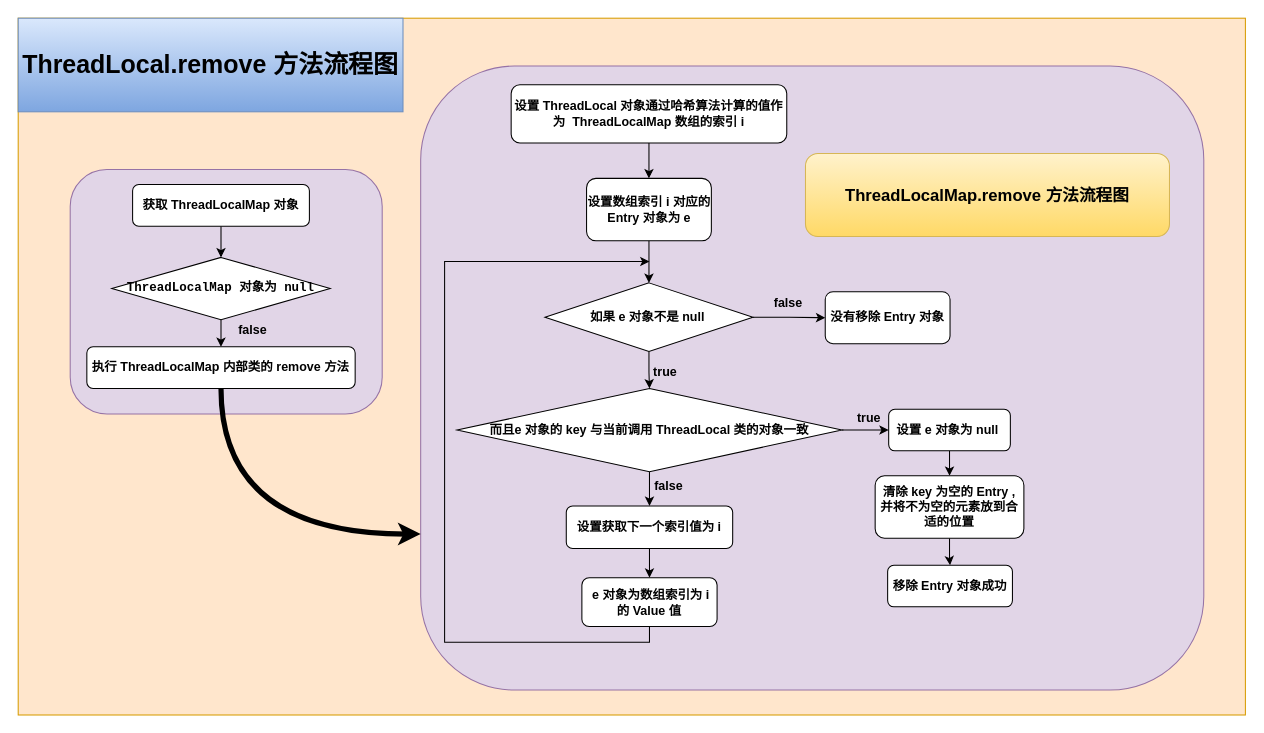
Muggle666/PicGo keeps this draw.io diagram as Concurrent/ThreadLocal/ThreadLocal_remove-UML.drawio. Above is the earlier version. Source tidied: cells renumbered, new cells numbered last; positions are measured from the earlier drawing's top-left corner, leaving out a move shared by most shapes. Both pictures are drawn from the tidied source at 104%, with x=0, y=0 at pixel (18, 18).
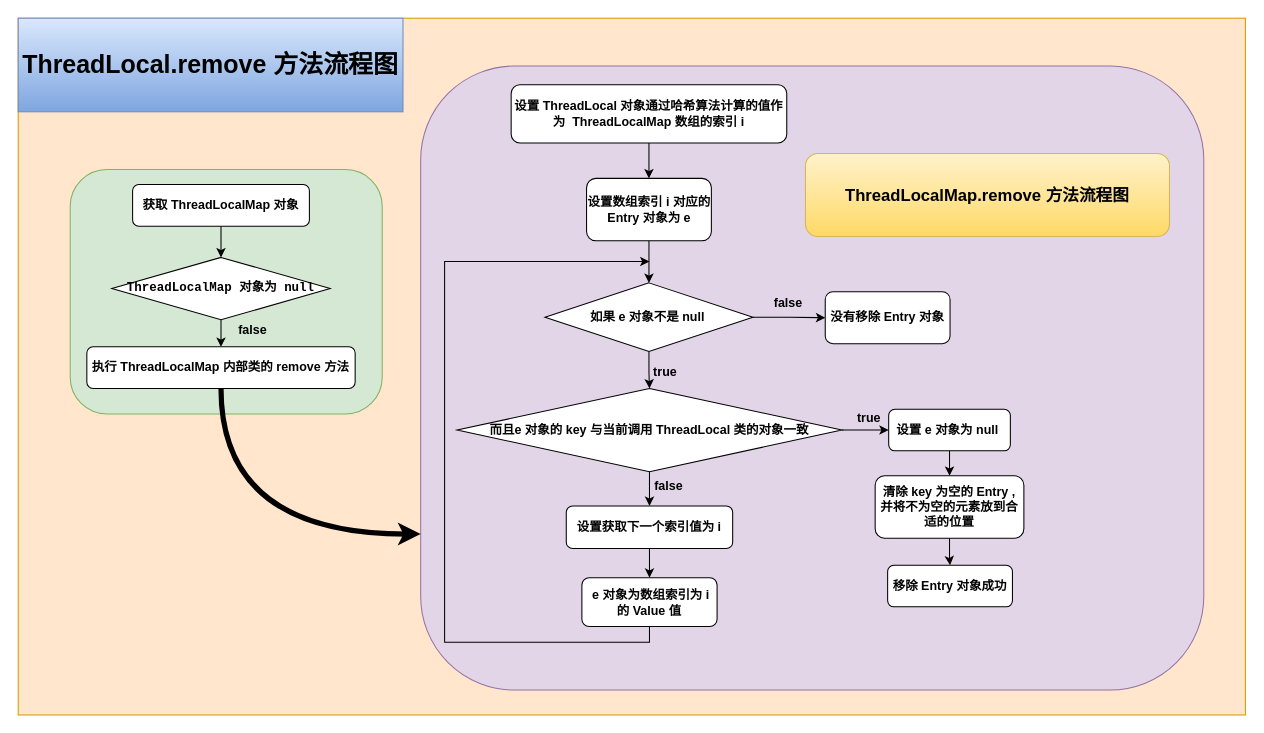
The same page after the edit.

What changed in the source:
```diff
@@
-    <mxCell id="4" style="rounded=1;whiteSpace=wrap;html=1;strokeWidth=1;fillColor=#e1d5e7;strokeColor=#9673a6;" parent="1" vertex="1">
+    <mxCell id="4" style="rounded=1;whiteSpace=wrap;html=1;strokeWidth=1;fillColor=#d5e8d4;strokeColor=#82b366;" parent="1" vertex="1">
       <mxGeometry x="50" y="145.5" width="300" height="235" as="geometry" />
     </mxCell>
```
